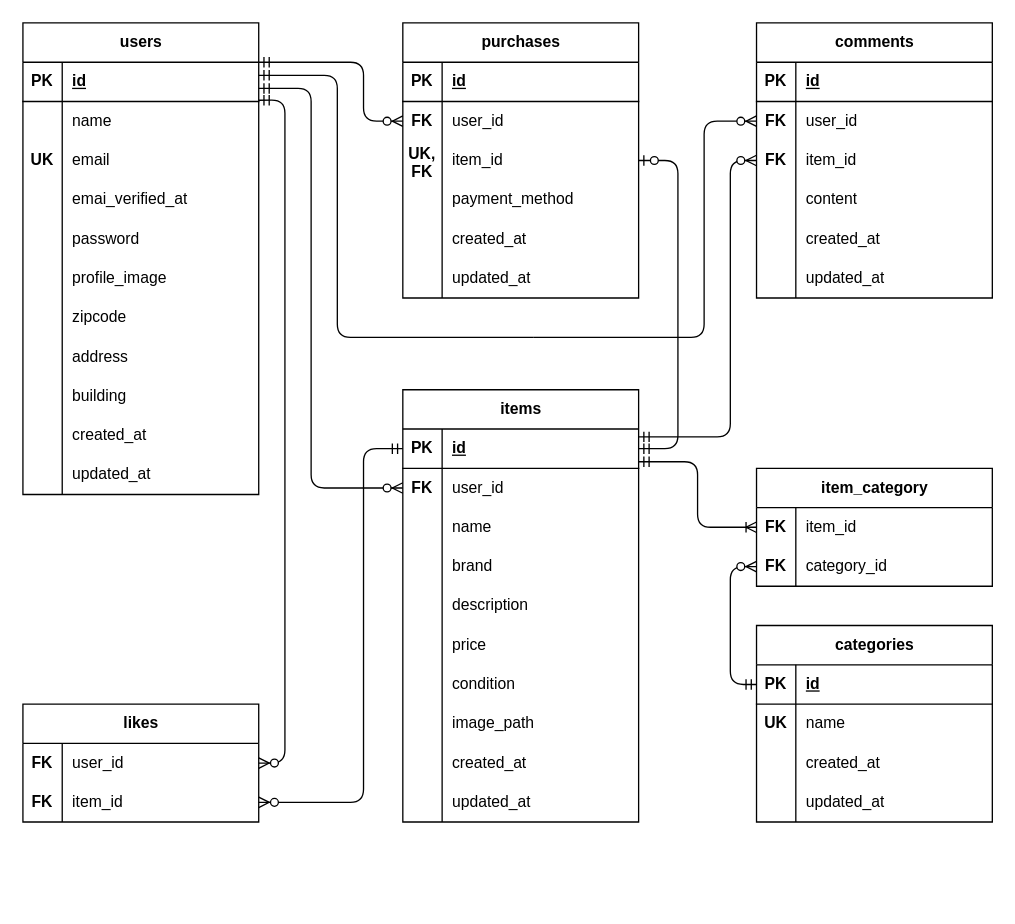
Earlier version of the draw.io diagram ER.drawio (m-sato310/makio-mogi1). Source tidied: cells renumbered, new cells numbered last; positions are measured from the earlier drawing's top-left corner, leaving out a move shared by most shapes. Both pictures are drawn from the tidied source at 131%, with x=0, y=0 at pixel (22, 22).
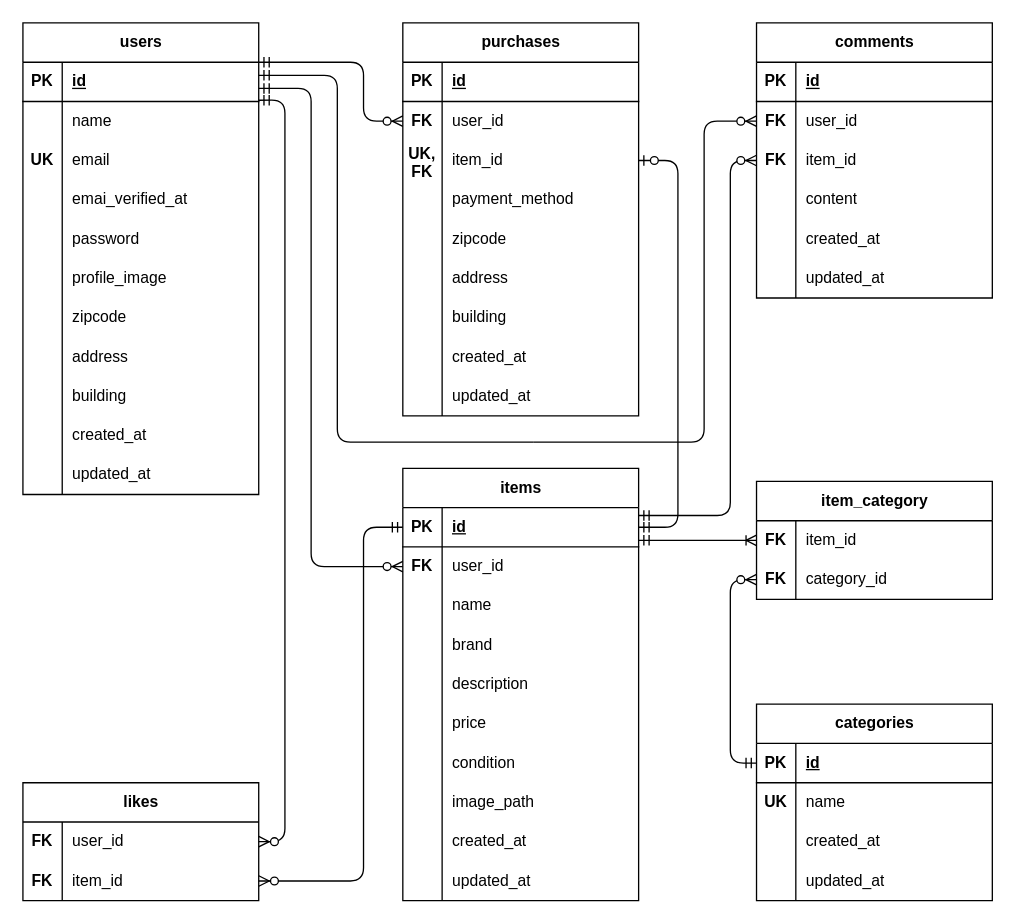
The same diagram, later.

Unchanged cells that the change refers to:
```xml
<mxCell id="3" style="shape=tableRow;horizontal=0;startSize=0;swimlaneHead=0;swimlaneBody=0;fillColor=none;points=[[0,0.5],[1,0.5]];portConstraint=eastwest;top=0;left=0;right=0;bottom=1;" parent="2" vertex="1">
  <mxGeometry y="30" width="180" height="30" as="geometry" />
</mxCell>
<mxCell id="6" style="shape=tableRow;horizontal=0;startSize=0;swimlaneHead=0;swimlaneBody=0;fillColor=none;points=[[0,0.5],[1,0.5]];portConstraint=eastwest;top=0;left=0;right=0;bottom=0;" parent="2" vertex="1">
  <mxGeometry y="60" width="180" height="30" as="geometry" />
</mxCell>
<mxCell id="37" style="shape=tableRow;horizontal=0;startSize=0;swimlaneHead=0;swimlaneBody=0;fillColor=none;points=[[0,0.5],[1,0.5]];portConstraint=eastwest;top=0;left=0;right=0;bottom=1;" parent="36" vertex="1">
  <mxGeometry y="30" width="180" height="30" as="geometry" />
</mxCell>
<mxCell id="68" style="shape=tableRow;horizontal=0;startSize=0;swimlaneHead=0;swimlaneBody=0;fillColor=none;points=[[0,0.5],[1,0.5]];portConstraint=eastwest;top=0;left=0;right=0;bottom=1;" parent="67" vertex="1">
  <mxGeometry y="30" width="180" height="30" as="geometry" />
</mxCell>
<mxCell id="81" style="shape=tableRow;horizontal=0;startSize=0;swimlaneHead=0;swimlaneBody=0;fillColor=none;points=[[0,0.5],[1,0.5]];portConstraint=eastwest;top=0;left=0;right=0;bottom=0;" parent="80" vertex="1">
  <mxGeometry y="30" width="180" height="30" as="geometry" />
</mxCell>
<mxCell id="84" style="shape=tableRow;horizontal=0;startSize=0;swimlaneHead=0;swimlaneBody=0;fillColor=none;points=[[0,0.5],[1,0.5]];portConstraint=eastwest;top=0;left=0;right=0;bottom=0;" parent="80" vertex="1">
  <mxGeometry y="60" width="180" height="30" as="geometry" />
</mxCell>
<mxCell id="94" style="shape=tableRow;horizontal=0;startSize=0;swimlaneHead=0;swimlaneBody=0;fillColor=none;points=[[0,0.5],[1,0.5]];portConstraint=eastwest;top=0;left=0;right=0;bottom=0;" parent="87" vertex="1">
  <mxGeometry y="90" width="180" height="30" as="geometry" />
</mxCell>
<mxCell id="110" style="shape=tableRow;horizontal=0;startSize=0;swimlaneHead=0;swimlaneBody=0;fillColor=none;points=[[0,0.5],[1,0.5]];portConstraint=eastwest;top=0;left=0;right=0;bottom=0;" parent="106" vertex="1">
  <mxGeometry y="60" width="180" height="30" as="geometry" />
</mxCell>
<mxCell id="113" style="shape=tableRow;horizontal=0;startSize=0;swimlaneHead=0;swimlaneBody=0;fillColor=none;points=[[0,0.5],[1,0.5]];portConstraint=eastwest;top=0;left=0;right=0;bottom=0;" parent="106" vertex="1">
  <mxGeometry y="90" width="180" height="30" as="geometry" />
</mxCell>
<mxCell id="126" style="shape=tableRow;horizontal=0;startSize=0;swimlaneHead=0;swimlaneBody=0;fillColor=none;points=[[0,0.5],[1,0.5]];portConstraint=eastwest;top=0;left=0;right=0;bottom=0;" parent="125" vertex="1">
  <mxGeometry y="30" width="180" height="30" as="geometry" />
</mxCell>
<mxCell id="129" style="shape=tableRow;horizontal=0;startSize=0;swimlaneHead=0;swimlaneBody=0;fillColor=none;points=[[0,0.5],[1,0.5]];portConstraint=eastwest;top=0;left=0;right=0;bottom=0;" parent="125" vertex="1">
  <mxGeometry y="60" width="180" height="30" as="geometry" />
</mxCell>
```

Change to the diagram source:
```diff
@@
     <mxCell id="36" value="items" style="shape=table;startSize=30;childLayout=tableLayout;rowLines=0;fontStyle=1;align=center;html=1;" parent="1" vertex="1">
-      <mxGeometry x="290" y="280" width="180" height="330" as="geometry" />
+      <mxGeometry x="290" y="340" width="180" height="330" as="geometry" />
     </mxCell>
@@
     <mxCell id="67" value="categories" style="shape=table;startSize=30;childLayout=tableLayout;rowLines=0;fontStyle=1;align=center;html=1;" parent="1" vertex="1">
-      <mxGeometry x="560" y="460" width="180" height="150" as="geometry" />
+      <mxGeometry x="560" y="520" width="180" height="150" as="geometry" />
     </mxCell>
@@
     <mxCell id="80" value="item_category" style="shape=table;startSize=30;childLayout=tableLayout;rowLines=0;fontStyle=1;align=center;html=1;" parent="1" vertex="1">
-      <mxGeometry x="560" y="340" width="180" height="90" as="geometry" />
+      <mxGeometry x="560" y="350" width="180" height="90" as="geometry" />
     </mxCell>
@@
     <mxCell id="87" value="purchases" style="shape=table;startSize=30;childLayout=tableLayout;rowLines=0;fontStyle=1;align=center;html=1;" parent="1" vertex="1">
-      <mxGeometry x="290" width="180" height="210" as="geometry" />
+      <mxGeometry x="290" width="180" height="300" as="geometry" />
     </mxCell>
@@
+    <mxCell id="142" style="shape=tableRow;horizontal=0;startSize=0;swimlaneHead=0;swimlaneBody=0;fillColor=none;top=0;left=0;right=0;bottom=0;" parent="87" vertex="1">
+      <mxGeometry y="150" width="180" height="30" as="geometry" />
+    </mxCell>
+    <mxCell id="143" style="shape=partialRectangle;fillColor=none;top=0;left=0;bottom=0;right=0;overflow=hidden;whiteSpace=wrap;html=1;" parent="142" vertex="1">
+      <mxGeometry width="30" height="30" as="geometry" />
+    </mxCell>
+    <mxCell id="144" value="zipcode" style="shape=partialRectangle;fillColor=none;top=0;left=0;bottom=0;right=0;align=left;spacingLeft=6;overflow=hidden;whiteSpace=wrap;html=1;" parent="142" vertex="1">
+      <mxGeometry x="30" width="150" height="30" as="geometry" />
+    </mxCell>
+    <mxCell id="145" style="shape=tableRow;horizontal=0;startSize=0;swimlaneHead=0;swimlaneBody=0;fillColor=none;top=0;left=0;right=0;bottom=0;" parent="87" vertex="1">
+      <mxGeometry y="180" width="180" height="30" as="geometry" />
+    </mxCell>
+    <mxCell id="146" style="shape=partialRectangle;fillColor=none;top=0;left=0;bottom=0;right=0;overflow=hidden;whiteSpace=wrap;html=1;" parent="145" vertex="1">
+      <mxGeometry width="30" height="30" as="geometry" />
+    </mxCell>
+    <mxCell id="147" value="address" style="shape=partialRectangle;fillColor=none;top=0;left=0;bottom=0;right=0;align=left;spacingLeft=6;overflow=hidden;whiteSpace=wrap;html=1;" parent="145" vertex="1">
+      <mxGeometry x="30" width="150" height="30" as="geometry" />
+    </mxCell>
+    <mxCell id="148" style="shape=tableRow;horizontal=0;startSize=0;swimlaneHead=0;swimlaneBody=0;fillColor=none;top=0;left=0;right=0;bottom=0;" parent="87" vertex="1">
+      <mxGeometry y="210" width="180" height="30" as="geometry" />
+    </mxCell>
+    <mxCell id="149" style="shape=partialRectangle;fillColor=none;top=0;left=0;bottom=0;right=0;overflow=hidden;whiteSpace=wrap;html=1;" parent="148" vertex="1">
+      <mxGeometry width="30" height="30" as="geometry" />
+    </mxCell>
+    <mxCell id="150" value="building" style="shape=partialRectangle;fillColor=none;top=0;left=0;bottom=0;right=0;align=left;spacingLeft=6;overflow=hidden;whiteSpace=wrap;html=1;" parent="148" vertex="1">
+      <mxGeometry x="30" width="150" height="30" as="geometry" />
+    </mxCell>
     <mxCell id="100" style="shape=tableRow;horizontal=0;startSize=0;swimlaneHead=0;swimlaneBody=0;fillColor=none;top=0;left=0;right=0;bottom=0;" parent="87" vertex="1">
-      <mxGeometry y="150" width="180" height="30" as="geometry" />
+      <mxGeometry y="240" width="180" height="30" as="geometry" />
     </mxCell>
@@
     <mxCell id="103" style="shape=tableRow;horizontal=0;startSize=0;swimlaneHead=0;swimlaneBody=0;fillColor=none;top=0;left=0;right=0;bottom=0;" parent="87" vertex="1">
-      <mxGeometry y="180" width="180" height="30" as="geometry" />
+      <mxGeometry y="270" width="180" height="30" as="geometry" />
     </mxCell>
@@
     <mxCell id="125" value="likes" style="shape=table;startSize=30;childLayout=tableLayout;rowLines=0;fontStyle=1;align=center;html=1;" parent="1" vertex="1">
-      <mxGeometry y="520" width="180" height="90" as="geometry" />
+      <mxGeometry y="580" width="180" height="90" as="geometry" />
     </mxCell>
@@
     <mxCell id="134" style="edgeStyle=elbowEdgeStyle;fontSize=12;html=1;endArrow=ERzeroToMany;startArrow=none;entryX=0;entryY=0.5;entryDx=0;entryDy=0;startFill=0;rounded=1;curved=0;" parent="1" edge="1" target="110">
       <mxGeometry relative="1" as="geometry">
-        <mxPoint x="390" y="240" as="sourcePoint" />
+        <mxPoint x="390" y="320" as="sourcePoint" />
         <Array as="points">
           <mxPoint x="520" y="160" />
         </Array>
       </mxGeometry>
     </mxCell>
     <mxCell id="135" style="edgeStyle=elbowEdgeStyle;fontSize=12;html=1;endArrow=ERmandOne;entryX=1;entryY=0.333;entryDx=0;entryDy=0;entryPerimeter=0;" parent="1" edge="1" target="3">
       <mxGeometry relative="1" as="geometry">
-        <mxPoint x="390" y="240" as="sourcePoint" />
+        <mxPoint x="390" y="320" as="sourcePoint" />
         <Array as="points">
           <mxPoint x="240" y="140" />
         </Array>
       </mxGeometry>
     </mxCell>
     <mxCell id="136" style="edgeStyle=elbowEdgeStyle;fontSize=12;html=1;endArrow=ERzeroToMany;startArrow=ERmandOne;entryX=0;entryY=0.5;entryDx=0;entryDy=0;" parent="1" edge="1" target="113">
       <mxGeometry relative="1" as="geometry">
-        <mxPoint x="470" y="316" as="sourcePoint" />
+        <mxPoint x="470" y="376" as="sourcePoint" />
         <Array as="points">
           <mxPoint x="540" y="300" />
         </Array>
       </mxGeometry>
     </mxCell>
     <mxCell id="137" style="edgeStyle=orthogonalEdgeStyle;fontSize=12;html=1;endArrow=ERzeroToMany;startArrow=ERmandOne;exitX=1;exitY=-0.033;exitDx=0;exitDy=0;exitPerimeter=0;entryX=1;entryY=0.5;entryDx=0;entryDy=0;" parent="1" edge="1" source="6" target="126">
       <mxGeometry relative="1" as="geometry">
         <Array as="points">
           <mxPoint x="200" y="59" />
-          <mxPoint x="200" y="565" />
+          <mxPoint x="200" y="625" />
         </Array>
       </mxGeometry>
     </mxCell>
     <mxCell id="138" style="edgeStyle=orthogonalEdgeStyle;fontSize=12;html=1;endArrow=ERzeroToMany;startArrow=ERmandOne;exitX=0;exitY=0.5;exitDx=0;exitDy=0;entryX=1;entryY=0.5;entryDx=0;entryDy=0;" parent="1" edge="1" source="37" target="129">
       <mxGeometry relative="1" as="geometry">
         <Array as="points">
-          <mxPoint x="260" y="325" />
-          <mxPoint x="260" y="595" />
+          <mxPoint x="260" y="385" />
+          <mxPoint x="260" y="655" />
         </Array>
       </mxGeometry>
     </mxCell>
     <mxCell id="139" style="edgeStyle=orthogonalEdgeStyle;fontSize=12;html=1;endArrow=ERzeroToOne;startArrow=ERmandOne;entryX=1;entryY=0.5;entryDx=0;entryDy=0;exitX=1;exitY=0.5;exitDx=0;exitDy=0;" parent="1" edge="1" source="37" target="94">
       <mxGeometry relative="1" as="geometry">
         <Array as="points">
-          <mxPoint x="500" y="325" />
+          <mxPoint x="500" y="385" />
           <mxPoint x="500" y="105" />
         </Array>
       </mxGeometry>
     </mxCell>
     <mxCell id="140" style="edgeStyle=elbowEdgeStyle;fontSize=12;html=1;endArrow=ERoneToMany;startArrow=ERmandOne;entryX=0;entryY=0.5;entryDx=0;entryDy=0;exitX=1;exitY=0.833;exitDx=0;exitDy=0;exitPerimeter=0;" parent="1" edge="1" source="37" target="81">
-      <mxGeometry relative="1" as="geometry" />
+      <mxGeometry relative="1" as="geometry">
+        <Array as="points">
+          <mxPoint x="520" y="395" />
+        </Array>
+      </mxGeometry>
     </mxCell>
-    <mxCell id="141" style="edgeStyle=orthogonalEdgeStyle;fontSize=12;html=1;endArrow=ERzeroToMany;startArrow=ERmandOne;exitX=0;exitY=0.5;exitDx=0;exitDy=0;entryX=0;entryY=0.5;entryDx=0;entryDy=0;" parent="1" edge="1" source="68" target="84">
+    <mxCell id="141" style="edgeStyle=orthogonalEdgeStyle;fontSize=12;html=1;endArrow=ERzeroToMany;startArrow=ERmandOne;entryX=0;entryY=0.5;entryDx=0;entryDy=0;exitX=0;exitY=0.5;exitDx=0;exitDy=0;" parent="1" edge="1" source="68" target="84">
       <mxGeometry relative="1" as="geometry">
         <Array as="points">
-          <mxPoint x="540" y="505" />
-          <mxPoint x="540" y="415" />
+          <mxPoint x="540" y="565" />
+          <mxPoint x="540" y="425" />
         </Array>
       </mxGeometry>
     </mxCell>
```
